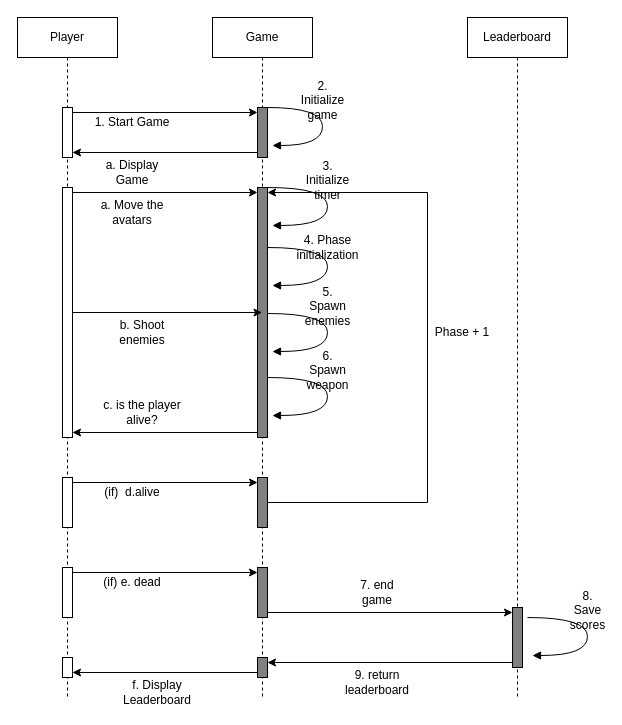
Earlier version of the draw.io diagram src/welcomePage/ressources/draw.io/SequenceDiag2.drawio (FlorentEpiney/SunCity). Source tidied: cells renumbered, new cells numbered last; positions are measured from the earlier drawing's top-left corner, leaving out a move shared by most shapes. Both pictures are drawn from the tidied source at 100%, with x=0, y=0 at pixel (17, 17).
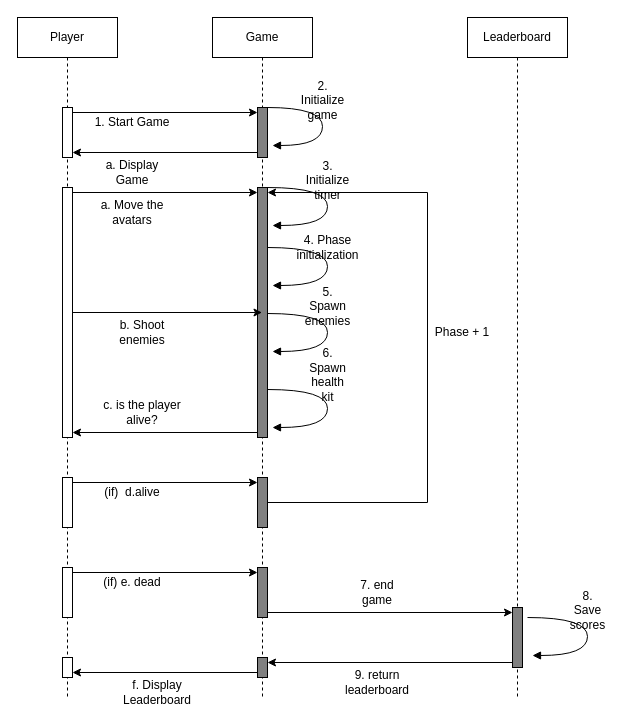
Above is the later version.

The edit, as a diff of the source:
```diff
@@
-    <mxCell id="23" value="&lt;span style=&quot;font-family: Helvetica; text-wrap-mode: wrap;&quot;&gt;6. Spawn weapon&lt;/span&gt;" style="html=1;verticalAlign=bottom;endArrow=block;labelBackgroundColor=none;fontFamily=Verdana;fontSize=12;elbow=vertical;edgeStyle=orthogonalEdgeStyle;curved=1;entryX=1;entryY=0.286;entryPerimeter=0;exitX=1.038;exitY=0.345;exitPerimeter=0;" parent="1" edge="1">
+    <mxCell id="23" value="&lt;span style=&quot;font-family: Helvetica; text-wrap-mode: wrap;&quot;&gt;6. Spawn health kit&lt;/span&gt;" style="html=1;verticalAlign=bottom;endArrow=block;labelBackgroundColor=none;fontFamily=Verdana;fontSize=12;elbow=vertical;edgeStyle=orthogonalEdgeStyle;curved=1;entryX=1;entryY=0.286;entryPerimeter=0;exitX=1.038;exitY=0.345;exitPerimeter=0;" parent="1" edge="1">
       <mxGeometry x="0.01" relative="1" as="geometry">
-        <mxPoint x="250" y="360" as="sourcePoint" />
-        <mxPoint x="255" y="398" as="targetPoint" />
+        <mxPoint x="250" y="372" as="sourcePoint" />
+        <mxPoint x="255" y="410" as="targetPoint" />
         <Array as="points">
-          <mxPoint x="310" y="360" />
-          <mxPoint x="310" y="398" />
+          <mxPoint x="310" y="372" />
+          <mxPoint x="310" y="410" />
         </Array>
       </mxGeometry>
     </mxCell>
```
